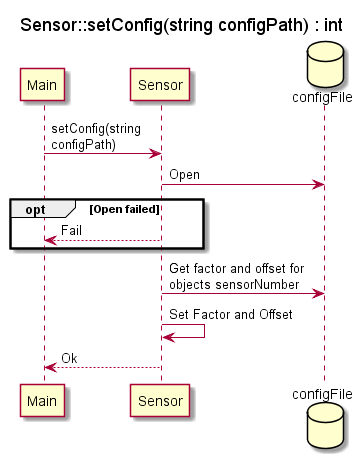
The PlantUML diagram Design/SE/SensorController Driver/SD_setConfig/SD_SensorControllerDriverSetConfig.png in Solvgraa-mager/E4PRJ4, before a commit. The source it was exported from:
```plantuml
@startuml

title Sensor::setConfig(string configPath) : int

skinparam MaxMessageSize 150

participant Main as Main
participant Sensor as SD
database configFile as config

Main -> SD : setConfig(string configPath)
SD -> config : Open
opt Open failed
SD --> Main : Fail
end
SD -> config : Get factor and offset for objects sensorNumber
SD -> SD : Set Factor and Offset
SD --> Main : Ok




@enduml
```
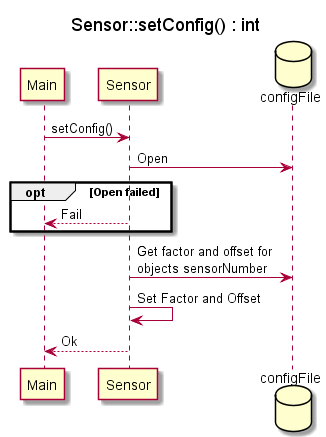
After the commit.

Diff of the diagram source:
```diff
@@ -1,6 +1,6 @@
-@startuml
+@startuml SD_SensorControllerDriverSetConfig
 
-title Sensor::setConfig(string configPath) : int
+title Sensor::setConfig() : int
 
 skinparam MaxMessageSize 150
 
@@ -8,7 +8,7 @@
 participant Sensor as SD
 database configFile as config
 
-Main -> SD : setConfig(string configPath)
+Main -> SD : setConfig()
 SD -> config : Open
 opt Open failed
 SD --> Main : Fail
```
